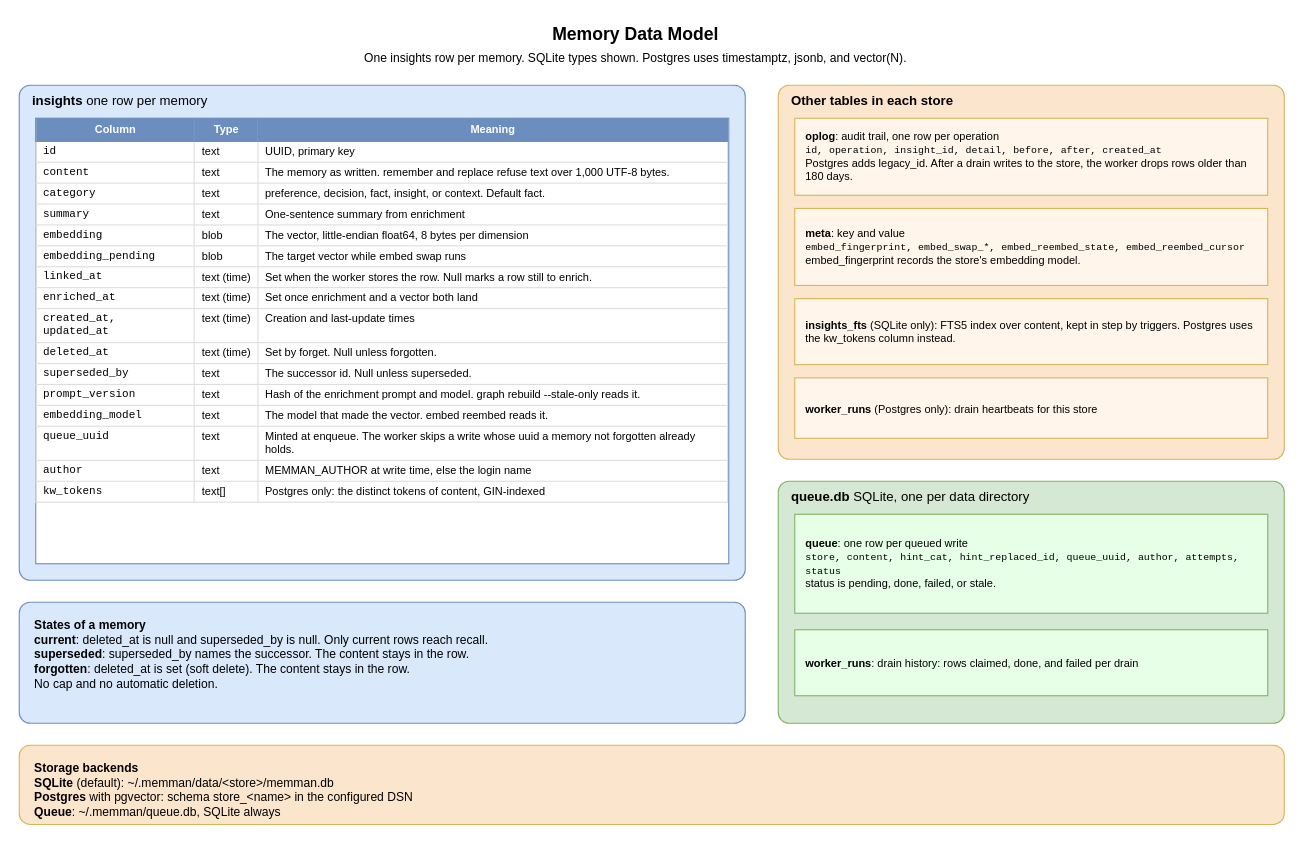
bissli/memman keeps this draw.io diagram as docs/diagrams/03-insight-datamodel.drawio. Above is the earlier version. Source tidied: cells renumbered, new cells numbered last; positions are measured from the earlier drawing's top-left corner, leaving out a move shared by most shapes. Both pictures are drawn from the tidied source at 110%, with x=0, y=0 at pixel (19, 19).
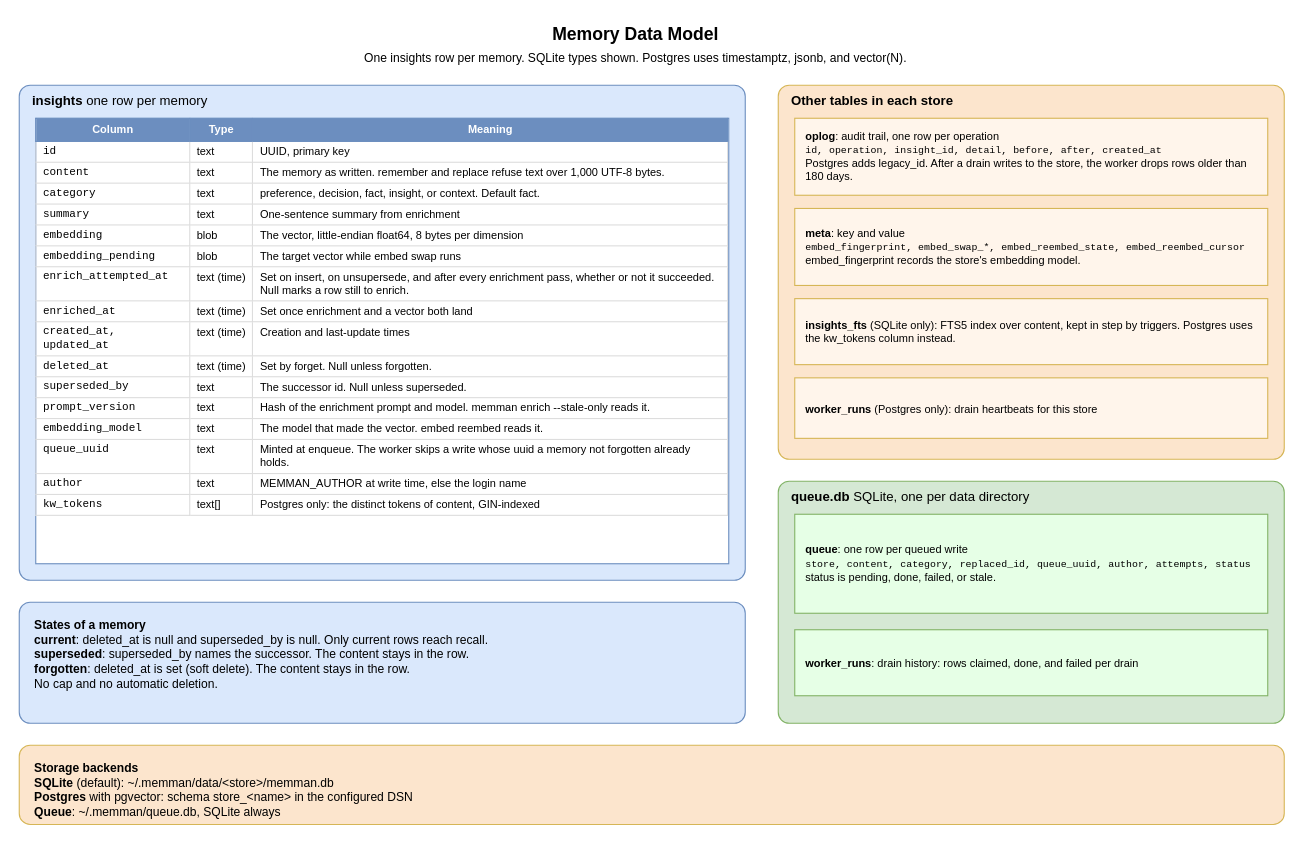
The same diagram, later.

The edit, as a diff of the source:
```diff
@@
 <mxGraphModel>
   <root>
     <mxCell id="0" />
     <mxCell id="1" parent="0" />
     <mxCell id="2" value="&lt;b&gt;Memory Data Model&lt;/b&gt;&lt;br&gt;&lt;font style=&quot;font-size:11px&quot;&gt;One insights row per memory. SQLite types shown. Postgres uses timestamptz, jsonb, and vector(N).&lt;/font&gt;" style="text;html=1;align=center;verticalAlign=middle;fontSize=16;strokeColor=none;fillColor=none;" parent="1" vertex="1">
       <mxGeometry x="200" width="720" height="45" as="geometry" />
     </mxCell>
     <mxCell id="3" value="&lt;b&gt;insights&lt;/b&gt;  one row per memory" style="rounded=1;absoluteArcSize=1;arcSize=20;whiteSpace=wrap;html=1;fillColor=#dae8fc;strokeColor=#6c8ebf;verticalAlign=top;align=left;spacingLeft=10;fontSize=12;" parent="1" vertex="1">
       <mxGeometry y="60" width="660" height="450" as="geometry" />
     </mxCell>
-    <mxCell id="4" value="&lt;table style=&quot;font-size:10px; border-collapse:collapse; width:100%&quot;&gt;&lt;tr style=&quot;background:#6c8ebf; color:white; font-weight:bold;&quot;&gt;&lt;td style=&quot;padding:4px 6px; border:1px solid #6c8ebf;&quot;&gt;Column&lt;/td&gt;&lt;td style=&quot;padding:4px 6px; border:1px solid #6c8ebf;&quot;&gt;Type&lt;/td&gt;&lt;td style=&quot;padding:4px 6px; border:1px solid #6c8ebf;&quot;&gt;Meaning&lt;/td&gt;&lt;/tr&gt;&lt;tr&gt;&lt;td style=&quot;padding:3px 6px; border:1px solid #ddd; vertical-align:top; text-align:left; font-family:monospace;&quot;&gt;id&lt;/td&gt;&lt;td style=&quot;padding:3px 6px; border:1px solid #ddd; vertical-align:top; text-align:left; white-space:nowrap;&quot;&gt;text&lt;/td&gt;&lt;td style=&quot;padding:3px 6px; border:1px solid #ddd; vertical-align:top; text-align:left;&quot;&gt;UUID, primary key&lt;/td&gt;&lt;/tr&gt;&lt;tr&gt;&lt;td style=&quot;padding:3px 6px; border:1px solid #ddd; vertical-align:top; text-align:left; font-family:monospace;&quot;&gt;content&lt;/td&gt;&lt;td style=&quot;padding:3px 6px; border:1px solid #ddd; vertical-align:top; text-align:left; white-space:nowrap;&quot;&gt;text&lt;/td&gt;&lt;td style=&quot;padding:3px 6px; border:1px solid #ddd; vertical-align:top; text-align:left;&quot;&gt;The memory as written. remember and replace refuse text over 1,000 UTF-8 bytes.&lt;/td&gt;&lt;/tr&gt;&lt;tr&gt;&lt;td style=&quot;padding:3px 6px; border:1px solid #ddd; vertical-align:top; text-align:left; font-family:monospace;&quot;&gt;category&lt;/td&gt;&lt;td style=&quot;padding:3px 6px; border:1px solid #ddd; vertical-align:top; text-align:left; white-space:nowrap;&quot;&gt;text&lt;/td&gt;&lt;td style=&quot;padding:3px 6px; border:1px solid #ddd; vertical-align:top; text-align:left;&quot;&gt;preference, decision, fact, insight, or context. Default fact.&lt;/td&gt;&lt;/tr&gt;&lt;tr&gt;&lt;td style=&quot;padding:3px 6px; border:1px solid #ddd; vertical-align:top; text-align:left; font-family:monospace;&quot;&gt;summary&lt;/td&gt;&lt;td style=&quot;padding:3px 6px; border:1px solid #ddd; vertical-align:top; text-align:left; white-space:nowrap;&quot;&gt;text&lt;/td&gt;&lt;td style=&quot;padding:3px 6px; border:1px solid #ddd; vertical-align:top; text-align:left;&quot;&gt;One-sentence summary from enrichment&lt;/td&gt;&lt;/tr&gt;&lt;tr&gt;&lt;td style=&quot;padding:3px 6px; border:1px solid #ddd; vertical-align:top; text-align:left; font-family:monospace;&quot;&gt;embedding&lt;/td&gt;&lt;td style=&quot;padding:3px 6px; border:1px solid #ddd; vertical-align:top; text-align:left; white-space:nowrap;&quot;&gt;blob&lt;/td&gt;&lt;td style=&quot;padding:3px 6px; border:1px solid #ddd; vertical-align:top; text-align:left;&quot;&gt;The vector, little-endian float64, 8 bytes per dimension&lt;/td&gt;&lt;/tr&gt;&lt;tr&gt;&lt;td style=&quot;padding:3px 6px; border:1px solid #ddd; vertical-align:top; text-align:left; font-family:monospace;&quot;&gt;embedding_pending&lt;/td&gt;&lt;td style=&quot;padding:3px 6px; border:1px solid #ddd; vertical-align:top; text-align:left; white-space:nowrap;&quot;&gt;blob&lt;/td&gt;&lt;td style=&quot;padding:3px 6px; border:1px solid #ddd; vertical-align:top; text-align:left;&quot;&gt;The target vector while embed swap runs&lt;/td&gt;&lt;/tr&gt;&lt;tr&gt;&lt;td style=&quot;padding:3px 6px; border:1px solid #ddd; vertical-align:top; text-align:left; font-family:monospace;&quot;&gt;linked_at&lt;/td&gt;&lt;td style=&quot;padding:3px 6px; border:1px solid #ddd; vertical-align:top; text-align:left; white-space:nowrap;&quot;&gt;text (time)&lt;/td&gt;&lt;td style=&quot;padding:3px 6px; border:1px solid #ddd; vertical-align:top; text-align:left;&quot;&gt;Set when the worker stores the row. Null marks a row still to enrich.&lt;/td&gt;&lt;/tr&gt;&lt;tr&gt;&lt;td style=&quot;padding:3px 6px; border:1px solid #ddd; vertical-align:top; text-align:left; font-family:monospace;&quot;&gt;enriched_at&lt;/td&gt;&lt;td style=&quot;padding:3px 6px; border:1px solid #ddd; vertical-align:top; text-align:left; white-space:nowrap;&quot;&gt;text (time)&lt;/td&gt;&lt;td style=&quot;padding:3px 6px; border:1px solid #ddd; vertical-align:top; text-align:left;&quot;&gt;Set once enrichment and a vector both land&lt;/td&gt;&lt;/tr&gt;&lt;tr&gt;&lt;td style=&quot;padding:3px 6px; border:1px solid #ddd; vertical-align:top; text-align:left; font-family:monospace;&quot;&gt;created_at, updated_at&lt;/td&gt;&lt;td style=&quot;padding:3px 6px; border:1px solid #ddd; vertical-align:top; text-align:left; white-space:nowrap;&quot;&gt;text (time)&lt;/td&gt;&lt;td style=&quot;padding:3px 6px; border:1px solid #ddd; vertical-align:top; text-align:left;&quot;&gt;Creation and last-update times&lt;/td&gt;&lt;/tr&gt;&lt;tr&gt;&lt;td style=&quot;padding:3px 6px; border:1px solid #ddd; vertical-align:top; text-align:left; font-family:monospace;&quot;&gt;deleted_at&lt;/td&gt;&lt;td style=&quot;padding:3px 6px; border:1px solid #ddd; vertical-align:top; text-align:left; white-space:nowrap;&quot;&gt;text (time)&lt;/td&gt;&lt;td style=&quot;padding:3px 6px; border:1px solid #ddd; vertical-align:top; text-align:left;&quot;&gt;Set by forget. Null unless forgotten.&lt;/td&gt;&lt;/tr&gt;&lt;tr&gt;&lt;td style=&quot;padding:3px 6px; border:1px solid #ddd; vertical-align:top; text-align:left; font-family:monospace;&quot;&gt;superseded_by&lt;/td&gt;&lt;td style=&quot;padding:3px 6px; border:1px solid #ddd; vertical-align:top; text-align:left; white-space:nowrap;&quot;&gt;text&lt;/td&gt;&lt;td style=&quot;padding:3px 6px; border:1px solid #ddd; vertical-align:top; text-align:left;&quot;&gt;The successor id. Null unless superseded.&lt;/td&gt;&lt;/tr&gt;&lt;tr&gt;&lt;td style=&quot;padding:3px 6px; border:1px solid #ddd; vertical-align:top; text-align:left; font-family:monospace;&quot;&gt;prompt_version&lt;/td&gt;&lt;td style=&quot;padding:3px 6px; border:1px solid #ddd; vertical-align:top; text-align:left; white-space:nowrap;&quot;&gt;text&lt;/td&gt;&lt;td style=&quot;padding:3px 6px; border:1px solid #ddd; vertical-align:top; text-align:left;&quot;&gt;Hash of the enrichment prompt and model. graph rebuild --stale-only reads it.&lt;/td&gt;&lt;/tr&gt;&lt;tr&gt;&lt;td style=&quot;padding:3px 6px; border:1px solid #ddd; vertical-align:top; text-align:left; font-family:monospace;&quot;&gt;embedding_model&lt;/td&gt;&lt;td style=&quot;padding:3px 6px; border:1px solid #ddd; vertical-align:top; text-align:left; white-space:nowrap;&quot;&gt;text&lt;/td&gt;&lt;td style=&quot;padding:3px 6px; border:1px solid #ddd; vertical-align:top; text-align:left;&quot;&gt;The model that made the vector. embed reembed reads it.&lt;/td&gt;&lt;/tr&gt;&lt;tr&gt;&lt;td style=&quot;padding:3px 6px; border:1px solid #ddd; vertical-align:top; text-align:left; font-family:monospace;&quot;&gt;queue_uuid&lt;/td&gt;&lt;td style=&quot;padding:3px 6px; border:1px solid #ddd; vertical-align:top; text-align:left; white-space:nowrap;&quot;&gt;text&lt;/td&gt;&lt;td style=&quot;padding:3px 6px; border:1px solid #ddd; vertical-align:top; text-align:left;&quot;&gt;Minted at enqueue. The worker skips a write whose uuid a memory not forgotten already holds.&lt;/td&gt;&lt;/tr&gt;&lt;tr&gt;&lt;td style=&quot;padding:3px 6px; border:1px solid #ddd; vertical-align:top; text-align:left; font-family:monospace;&quot;&gt;author&lt;/td&gt;&lt;td style=&quot;padding:3px 6px; border:1px solid #ddd; vertical-align:top; text-align:left; white-space:nowrap;&quot;&gt;text&lt;/td&gt;&lt;td style=&quot;padding:3px 6px; border:1px solid #ddd; vertical-align:top; text-align:left;&quot;&gt;MEMMAN_AUTHOR at write time, else the login name&lt;/td&gt;&lt;/tr&gt;&lt;tr&gt;&lt;td style=&quot;padding:3px 6px; border:1px solid #ddd; vertical-align:top; text-align:left; font-family:monospace;&quot;&gt;kw_tokens&lt;/td&gt;&lt;td style=&quot;padding:3px 6px; border:1px solid #ddd; vertical-align:top; text-align:left; white-space:nowrap;&quot;&gt;text[]&lt;/td&gt;&lt;td style=&quot;padding:3px 6px; border:1px solid #ddd; vertical-align:top; text-align:left;&quot;&gt;Postgres only: the distinct tokens of content, GIN-indexed&lt;/td&gt;&lt;/tr&gt;&lt;/table&gt;" style="rounded=0;whiteSpace=wrap;html=1;overflow=fill;fillColor=#ffffff;strokeColor=#6c8ebf;verticalAlign=top;" parent="1" vertex="1">
+    <mxCell id="4" value="&lt;table style=&quot;font-size:10px; border-collapse:collapse; width:100%&quot;&gt;&lt;tr style=&quot;background:#6c8ebf; color:white; font-weight:bold;&quot;&gt;&lt;td style=&quot;padding:4px 6px; border:1px solid #6c8ebf;&quot;&gt;Column&lt;/td&gt;&lt;td style=&quot;padding:4px 6px; border:1px solid #6c8ebf;&quot;&gt;Type&lt;/td&gt;&lt;td style=&quot;padding:4px 6px; border:1px solid #6c8ebf;&quot;&gt;Meaning&lt;/td&gt;&lt;/tr&gt;&lt;tr&gt;&lt;td style=&quot;padding:3px 6px; border:1px solid #ddd; vertical-align:top; text-align:left; font-family:monospace;&quot;&gt;id&lt;/td&gt;&lt;td style=&quot;padding:3px 6px; border:1px solid #ddd; vertical-align:top; text-align:left; white-space:nowrap;&quot;&gt;text&lt;/td&gt;&lt;td style=&quot;padding:3px 6px; border:1px solid #ddd; vertical-align:top; text-align:left;&quot;&gt;UUID, primary key&lt;/td&gt;&lt;/tr&gt;&lt;tr&gt;&lt;td style=&quot;padding:3px 6px; border:1px solid #ddd; vertical-align:top; text-align:left; font-family:monospace;&quot;&gt;content&lt;/td&gt;&lt;td style=&quot;padding:3px 6px; border:1px solid #ddd; vertical-align:top; text-align:left; white-space:nowrap;&quot;&gt;text&lt;/td&gt;&lt;td style=&quot;padding:3px 6px; border:1px solid #ddd; vertical-align:top; text-align:left;&quot;&gt;The memory as written. remember and replace refuse text over 1,000 UTF-8 bytes.&lt;/td&gt;&lt;/tr&gt;&lt;tr&gt;&lt;td style=&quot;padding:3px 6px; border:1px solid #ddd; vertical-align:top; text-align:left; font-family:monospace;&quot;&gt;category&lt;/td&gt;&lt;td style=&quot;padding:3px 6px; border:1px solid #ddd; vertical-align:top; text-align:left; white-space:nowrap;&quot;&gt;text&lt;/td&gt;&lt;td style=&quot;padding:3px 6px; border:1px solid #ddd; vertical-align:top; text-align:left;&quot;&gt;preference, decision, fact, insight, or context. Default fact.&lt;/td&gt;&lt;/tr&gt;&lt;tr&gt;&lt;td style=&quot;padding:3px 6px; border:1px solid #ddd; vertical-align:top; text-align:left; font-family:monospace;&quot;&gt;summary&lt;/td&gt;&lt;td style=&quot;padding:3px 6px; border:1px solid #ddd; vertical-align:top; text-align:left; white-space:nowrap;&quot;&gt;text&lt;/td&gt;&lt;td style=&quot;padding:3px 6px; border:1px solid #ddd; vertical-align:top; text-align:left;&quot;&gt;One-sentence summary from enrichment&lt;/td&gt;&lt;/tr&gt;&lt;tr&gt;&lt;td style=&quot;padding:3px 6px; border:1px solid #ddd; vertical-align:top; text-align:left; font-family:monospace;&quot;&gt;embedding&lt;/td&gt;&lt;td style=&quot;padding:3px 6px; border:1px solid #ddd; vertical-align:top; text-align:left; white-space:nowrap;&quot;&gt;blob&lt;/td&gt;&lt;td style=&quot;padding:3px 6px; border:1px solid #ddd; vertical-align:top; text-align:left;&quot;&gt;The vector, little-endian float64, 8 bytes per dimension&lt;/td&gt;&lt;/tr&gt;&lt;tr&gt;&lt;td style=&quot;padding:3px 6px; border:1px solid #ddd; vertical-align:top; text-align:left; font-family:monospace;&quot;&gt;embedding_pending&lt;/td&gt;&lt;td style=&quot;padding:3px 6px; border:1px solid #ddd; vertical-align:top; text-align:left; white-space:nowrap;&quot;&gt;blob&lt;/td&gt;&lt;td style=&quot;padding:3px 6px; border:1px solid #ddd; vertical-align:top; text-align:left;&quot;&gt;The target vector while embed swap runs&lt;/td&gt;&lt;/tr&gt;&lt;tr&gt;&lt;td style=&quot;padding:3px 6px; border:1px solid #ddd; vertical-align:top; text-align:left; font-family:monospace;&quot;&gt;enrich_attempted_at&lt;/td&gt;&lt;td style=&quot;padding:3px 6px; border:1px solid #ddd; vertical-align:top; text-align:left; white-space:nowrap;&quot;&gt;text (time)&lt;/td&gt;&lt;td style=&quot;padding:3px 6px; border:1px solid #ddd; vertical-align:top; text-align:left;&quot;&gt;Set on insert, on unsupersede, and after every enrichment pass, whether or not it succeeded. Null marks a row still to enrich.&lt;/td&gt;&lt;/tr&gt;&lt;tr&gt;&lt;td style=&quot;padding:3px 6px; border:1px solid #ddd; vertical-align:top; text-align:left; font-family:monospace;&quot;&gt;enriched_at&lt;/td&gt;&lt;td style=&quot;padding:3px 6px; border:1px solid #ddd; vertical-align:top; text-align:left; white-space:nowrap;&quot;&gt;text (time)&lt;/td&gt;&lt;td style=&quot;padding:3px 6px; border:1px solid #ddd; vertical-align:top; text-align:left;&quot;&gt;Set once enrichment and a vector both land&lt;/td&gt;&lt;/tr&gt;&lt;tr&gt;&lt;td style=&quot;padding:3px 6px; border:1px solid #ddd; vertical-align:top; text-align:left; font-family:monospace;&quot;&gt;created_at, updated_at&lt;/td&gt;&lt;td style=&quot;padding:3px 6px; border:1px solid #ddd; vertical-align:top; text-align:left; white-space:nowrap;&quot;&gt;text (time)&lt;/td&gt;&lt;td style=&quot;padding:3px 6px; border:1px solid #ddd; vertical-align:top; text-align:left;&quot;&gt;Creation and last-update times&lt;/td&gt;&lt;/tr&gt;&lt;tr&gt;&lt;td style=&quot;padding:3px 6px; border:1px solid #ddd; vertical-align:top; text-align:left; font-family:monospace;&quot;&gt;deleted_at&lt;/td&gt;&lt;td style=&quot;padding:3px 6px; border:1px solid #ddd; vertical-align:top; text-align:left; white-space:nowrap;&quot;&gt;text (time)&lt;/td&gt;&lt;td style=&quot;padding:3px 6px; border:1px solid #ddd; vertical-align:top; text-align:left;&quot;&gt;Set by forget. Null unless forgotten.&lt;/td&gt;&lt;/tr&gt;&lt;tr&gt;&lt;td style=&quot;padding:3px 6px; border:1px solid #ddd; vertical-align:top; text-align:left; font-family:monospace;&quot;&gt;superseded_by&lt;/td&gt;&lt;td style=&quot;padding:3px 6px; border:1px solid #ddd; vertical-align:top; text-align:left; white-space:nowrap;&quot;&gt;text&lt;/td&gt;&lt;td style=&quot;padding:3px 6px; border:1px solid #ddd; vertical-align:top; text-align:left;&quot;&gt;The successor id. Null unless superseded.&lt;/td&gt;&lt;/tr&gt;&lt;tr&gt;&lt;td style=&quot;padding:3px 6px; border:1px solid #ddd; vertical-align:top; text-align:left; font-family:monospace;&quot;&gt;prompt_version&lt;/td&gt;&lt;td style=&quot;padding:3px 6px; border:1px solid #ddd; vertical-align:top; text-align:left; white-space:nowrap;&quot;&gt;text&lt;/td&gt;&lt;td style=&quot;padding:3px 6px; border:1px solid #ddd; vertical-align:top; text-align:left;&quot;&gt;Hash of the enrichment prompt and model. memman enrich --stale-only reads it.&lt;/td&gt;&lt;/tr&gt;&lt;tr&gt;&lt;td style=&quot;padding:3px 6px; border:1px solid #ddd; vertical-align:top; text-align:left; font-family:monospace;&quot;&gt;embedding_model&lt;/td&gt;&lt;td style=&quot;padding:3px 6px; border:1px solid #ddd; vertical-align:top; text-align:left; white-space:nowrap;&quot;&gt;text&lt;/td&gt;&lt;td style=&quot;padding:3px 6px; border:1px solid #ddd; vertical-align:top; text-align:left;&quot;&gt;The model that made the vector. embed reembed reads it.&lt;/td&gt;&lt;/tr&gt;&lt;tr&gt;&lt;td style=&quot;padding:3px 6px; border:1px solid #ddd; vertical-align:top; text-align:left; font-family:monospace;&quot;&gt;queue_uuid&lt;/td&gt;&lt;td style=&quot;padding:3px 6px; border:1px solid #ddd; vertical-align:top; text-align:left; white-space:nowrap;&quot;&gt;text&lt;/td&gt;&lt;td style=&quot;padding:3px 6px; border:1px solid #ddd; vertical-align:top; text-align:left;&quot;&gt;Minted at enqueue. The worker skips a write whose uuid a memory not forgotten already holds.&lt;/td&gt;&lt;/tr&gt;&lt;tr&gt;&lt;td style=&quot;padding:3px 6px; border:1px solid #ddd; vertical-align:top; text-align:left; font-family:monospace;&quot;&gt;author&lt;/td&gt;&lt;td style=&quot;padding:3px 6px; border:1px solid #ddd; vertical-align:top; text-align:left; white-space:nowrap;&quot;&gt;text&lt;/td&gt;&lt;td style=&quot;padding:3px 6px; border:1px solid #ddd; vertical-align:top; text-align:left;&quot;&gt;MEMMAN_AUTHOR at write time, else the login name&lt;/td&gt;&lt;/tr&gt;&lt;tr&gt;&lt;td style=&quot;padding:3px 6px; border:1px solid #ddd; vertical-align:top; text-align:left; font-family:monospace;&quot;&gt;kw_tokens&lt;/td&gt;&lt;td style=&quot;padding:3px 6px; border:1px solid #ddd; vertical-align:top; text-align:left; white-space:nowrap;&quot;&gt;text[]&lt;/td&gt;&lt;td style=&quot;padding:3px 6px; border:1px solid #ddd; vertical-align:top; text-align:left;&quot;&gt;Postgres only: the distinct tokens of content, GIN-indexed&lt;/td&gt;&lt;/tr&gt;&lt;/table&gt;" style="rounded=0;whiteSpace=wrap;html=1;overflow=fill;fillColor=#ffffff;strokeColor=#6c8ebf;verticalAlign=top;" parent="1" vertex="1">
       <mxGeometry x="15" y="90" width="630" height="405" as="geometry" />
     </mxCell>
     <mxCell id="5" value="&lt;b&gt;States of a memory&lt;/b&gt;&lt;br&gt;&lt;b&gt;current&lt;/b&gt;: deleted_at is null and superseded_by is null. Only current rows reach recall.&lt;br&gt;&lt;b&gt;superseded&lt;/b&gt;: superseded_by names the successor. The content stays in the row.&lt;br&gt;&lt;b&gt;forgotten&lt;/b&gt;: deleted_at is set (soft delete). The content stays in the row.&lt;br&gt;No cap and no automatic deletion." style="rounded=1;absoluteArcSize=1;arcSize=20;whiteSpace=wrap;html=1;fillColor=#dae8fc;strokeColor=#6c8ebf;fontSize=11;verticalAlign=top;align=left;spacingLeft=12;spacingTop=8;" parent="1" vertex="1">
       <mxGeometry y="530" width="660" height="110" as="geometry" />
     </mxCell>
     <mxCell id="6" value="&lt;b&gt;Other tables in each store&lt;/b&gt;" style="rounded=1;whiteSpace=wrap;html=1;fillColor=#fce5cd;strokeColor=#d6b656;verticalAlign=top;absoluteArcSize=1;arcSize=20;align=left;spacingLeft=10;fontSize=12;" parent="1" vertex="1">
       <mxGeometry x="690" y="60" width="460" height="340" as="geometry" />
     </mxCell>
     <mxCell id="7" value="&lt;b&gt;oplog&lt;/b&gt;: audit trail, one row per operation&lt;br&gt;&lt;font style=&quot;font-family:monospace;font-size:9px&quot;&gt;id, operation, insight_id, detail, before, after, created_at&lt;/font&gt;&lt;br&gt;Postgres adds legacy_id. After a drain writes to the store, the worker drops rows older than 180 days." style="rounded=0;whiteSpace=wrap;html=1;fillColor=#FFF5EB;strokeColor=#d6b656;fontSize=10;align=left;spacingLeft=8;spacingRight=8;" parent="1" vertex="1">
       <mxGeometry x="705" y="90" width="430" height="70" as="geometry" />
     </mxCell>
     <mxCell id="8" value="&lt;b&gt;meta&lt;/b&gt;: key and value&lt;br&gt;&lt;font style=&quot;font-family:monospace;font-size:9px&quot;&gt;embed_fingerprint, embed_swap_*, embed_reembed_state, embed_reembed_cursor&lt;/font&gt;&lt;br&gt;embed_fingerprint records the store's embedding model." style="rounded=0;whiteSpace=wrap;html=1;fillColor=#FFF5EB;strokeColor=#d6b656;fontSize=10;align=left;spacingLeft=8;spacingRight=8;" parent="1" vertex="1">
       <mxGeometry x="705" y="172" width="430" height="70" as="geometry" />
     </mxCell>
     <mxCell id="9" value="&lt;b&gt;insights_fts&lt;/b&gt; (SQLite only): FTS5 index over content, kept in step by triggers. Postgres uses the kw_tokens column instead." style="rounded=0;whiteSpace=wrap;html=1;fillColor=#FFF5EB;strokeColor=#d6b656;fontSize=10;align=left;spacingLeft=8;spacingRight=8;" parent="1" vertex="1">
       <mxGeometry x="705" y="254" width="430" height="60" as="geometry" />
     </mxCell>
     <mxCell id="10" value="&lt;b&gt;worker_runs&lt;/b&gt; (Postgres only): drain heartbeats for this store" style="rounded=0;whiteSpace=wrap;html=1;fillColor=#FFF5EB;strokeColor=#d6b656;fontSize=10;align=left;spacingLeft=8;spacingRight=8;" parent="1" vertex="1">
       <mxGeometry x="705" y="326" width="430" height="55" as="geometry" />
     </mxCell>
     <mxCell id="11" value="&lt;b&gt;queue.db&lt;/b&gt;  SQLite, one per data directory" style="rounded=1;whiteSpace=wrap;html=1;fillColor=#d5e8d4;strokeColor=#82b366;verticalAlign=top;absoluteArcSize=1;arcSize=20;align=left;spacingLeft=10;fontSize=12;" parent="1" vertex="1">
       <mxGeometry x="690" y="420" width="460" height="220" as="geometry" />
     </mxCell>
-    <mxCell id="12" value="&lt;b&gt;queue&lt;/b&gt;: one row per queued write&lt;br&gt;&lt;font style=&quot;font-family:monospace;font-size:9px&quot;&gt;store, content, hint_cat, hint_replaced_id, queue_uuid, author, attempts, status&lt;/font&gt;&lt;br&gt;status is pending, done, failed, or stale." style="rounded=0;whiteSpace=wrap;html=1;fillColor=#E6FFE6;strokeColor=#82b366;fontSize=10;align=left;spacingLeft=8;spacingRight=8;" parent="1" vertex="1">
+    <mxCell id="12" value="&lt;b&gt;queue&lt;/b&gt;: one row per queued write&lt;br&gt;&lt;font style=&quot;font-family:monospace;font-size:9px&quot;&gt;store, content, category, replaced_id, queue_uuid, author, attempts, status&lt;/font&gt;&lt;br&gt;status is pending, done, failed, or stale." style="rounded=0;whiteSpace=wrap;html=1;fillColor=#E6FFE6;strokeColor=#82b366;fontSize=10;align=left;spacingLeft=8;spacingRight=8;" parent="1" vertex="1">
       <mxGeometry x="705" y="450" width="430" height="90" as="geometry" />
     </mxCell>
     <mxCell id="13" value="&lt;b&gt;worker_runs&lt;/b&gt;: drain history: rows claimed, done, and failed per drain" style="rounded=0;whiteSpace=wrap;html=1;fillColor=#E6FFE6;strokeColor=#82b366;fontSize=10;align=left;spacingLeft=8;spacingRight=8;" parent="1" vertex="1">
       <mxGeometry x="705" y="555" width="430" height="60" as="geometry" />
     </mxCell>
     <mxCell id="14" value="&lt;b&gt;Storage backends&lt;/b&gt;&lt;br&gt;&lt;b&gt;SQLite&lt;/b&gt; (default): ~/.memman/data/&amp;lt;store&amp;gt;/memman.db&lt;br&gt;&lt;b&gt;Postgres&lt;/b&gt; with pgvector: schema store_&amp;lt;name&amp;gt; in the configured DSN&lt;br&gt;&lt;b&gt;Queue&lt;/b&gt;: ~/.memman/queue.db, SQLite always" style="rounded=1;absoluteArcSize=1;arcSize=20;whiteSpace=wrap;html=1;fillColor=#fce5cd;strokeColor=#d6b656;fontSize=11;verticalAlign=top;align=left;spacingLeft=12;spacingTop=8;" parent="1" vertex="1">
       <mxGeometry y="660" width="1150" height="72" as="geometry" />
     </mxCell>
   </root>
 </mxGraphModel>
```
